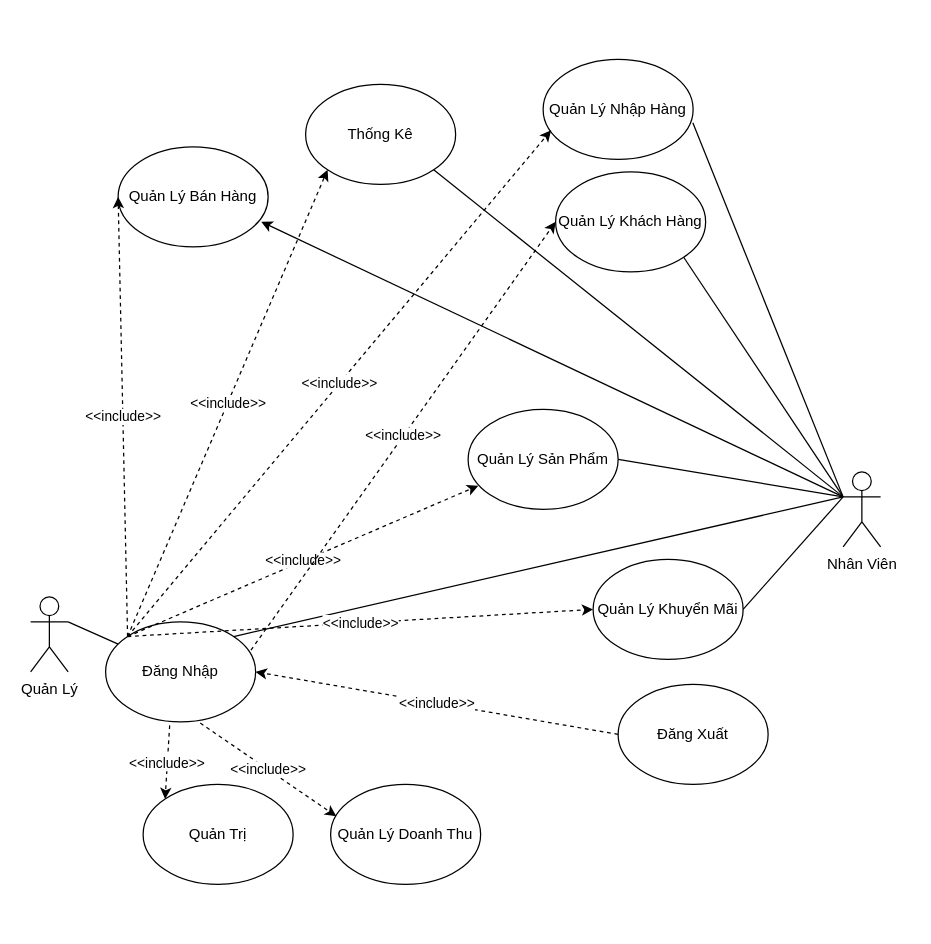
Earlier version of the draw.io diagram UseCase3.drawio (maivantai2003/Database). Source tidied: cells renumbered, new cells numbered last; positions are measured from the earlier drawing's top-left corner, leaving out a move shared by most shapes. Both pictures are drawn from the tidied source at 125%, with x=0, y=0 at pixel (30, 59).
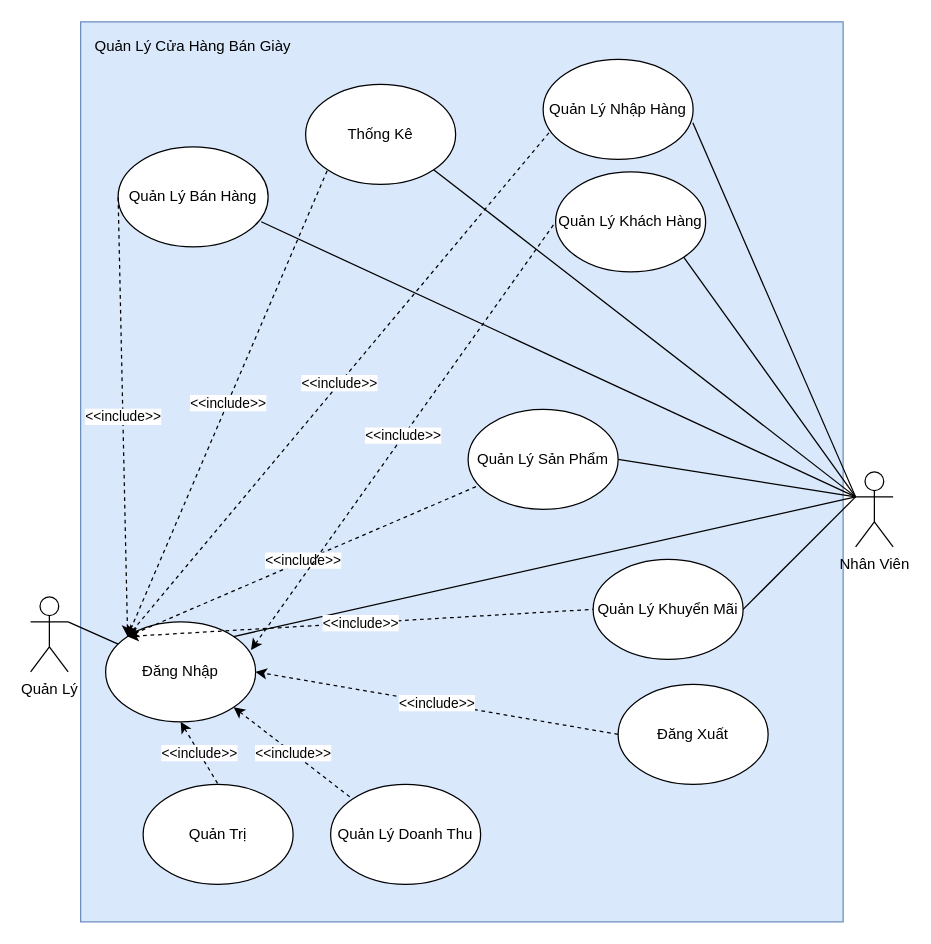
Above is the later version.

Commit message:
Cập nhật UseCase3.drawio

Unchanged cells that the change refers to:
```xml
<mxCell id="3" value="Đăng Nhập" style="ellipse;whiteSpace=wrap;html=1;" parent="1" vertex="1">
  <mxGeometry x="60" y="450" width="120" height="80" as="geometry" />
</mxCell>
<mxCell id="6" value="Quản Lý Khách Hàng" style="ellipse;whiteSpace=wrap;html=1;" parent="1" vertex="1">
  <mxGeometry x="420" y="90" width="120" height="80" as="geometry" />
</mxCell>
<mxCell id="7" value="Quản Lý Nhập Hàng" style="ellipse;whiteSpace=wrap;html=1;" parent="1" vertex="1">
  <mxGeometry x="410" width="120" height="80" as="geometry" />
</mxCell>
<mxCell id="10" value="Quản Lý Doanh Thu" style="ellipse;whiteSpace=wrap;html=1;" parent="1" vertex="1">
  <mxGeometry x="240" y="580" width="120" height="80" as="geometry" />
</mxCell>
<mxCell id="12" value="Quản Trị" style="ellipse;whiteSpace=wrap;html=1;" parent="1" vertex="1">
  <mxGeometry x="90" y="580" width="120" height="80" as="geometry" />
</mxCell>
<mxCell id="17" value="Thống Kê" style="ellipse;whiteSpace=wrap;html=1;" parent="1" vertex="1">
  <mxGeometry x="220" y="20" width="120" height="80" as="geometry" />
</mxCell>
<mxCell id="19" value="Quản Lý Khuyển Mãi" style="ellipse;whiteSpace=wrap;html=1;" parent="1" vertex="1">
  <mxGeometry x="450" y="400" width="120" height="80" as="geometry" />
</mxCell>
<mxCell id="21" value="Quản Lý Bán Hàng" style="ellipse;whiteSpace=wrap;html=1;" parent="1" vertex="1">
  <mxGeometry x="70" y="70" width="120" height="80" as="geometry" />
</mxCell>
<mxCell id="22" value="Quản Lý Sản Phẩm" style="ellipse;whiteSpace=wrap;html=1;" parent="1" vertex="1">
  <mxGeometry x="350" y="280" width="120" height="80" as="geometry" />
</mxCell>
```

Diff of the diagram source:
```diff
@@
+    <mxCell id="31" style="rounded=0;whiteSpace=wrap;html=1;fillColor=#dae8fc;strokeColor=#6c8ebf;" parent="1" vertex="1">
+      <mxGeometry x="40" y="-30" width="610" height="720" as="geometry" />
+    </mxCell>
     <mxCell id="2" value="Nhân Viên" style="shape=umlActor;verticalLabelPosition=bottom;verticalAlign=top;html=1;outlineConnect=0;" parent="1" vertex="1">
-      <mxGeometry x="650" y="330" width="30" height="60" as="geometry" />
+      <mxGeometry x="660" y="330" width="30" height="60" as="geometry" />
     </mxCell>
@@
-    <mxCell id="11" value="&amp;lt;&amp;lt;include&amp;gt;&amp;gt;" style="endArrow=classic;html=1;rounded=0;exitX=0.631;exitY=1.012;exitDx=0;exitDy=0;entryX=0.038;entryY=0.319;entryDx=0;entryDy=0;dashed=1;exitPerimeter=0;entryPerimeter=0;" parent="1" edge="1" source="3" target="10">
-      <mxGeometry relative="1" as="geometry" />
-    </mxCell>
@@
-    <mxCell id="13" value="&amp;lt;&amp;lt;include&amp;gt;&amp;gt;" style="endArrow=classic;html=1;rounded=0;exitX=0.427;exitY=1.035;exitDx=0;exitDy=0;entryX=0;entryY=0;entryDx=0;entryDy=0;dashed=1;exitPerimeter=0;" parent="1" edge="1" source="3" target="12">
-      <mxGeometry relative="1" as="geometry" />
-    </mxCell>
@@
-    <mxCell id="24" style="endArrow=classic;html=1;rounded=0;exitX=0;exitY=0.3333333333333333;exitDx=0;exitDy=0;exitPerimeter=0;entryX=0.954;entryY=0.749;entryDx=0;entryDy=0;entryPerimeter=0;" parent="1" edge="1" source="2" target="21">
+    <mxCell id="24" style="endArrow=none;html=1;rounded=0;exitX=0;exitY=0.3333333333333333;exitDx=0;exitDy=0;exitPerimeter=0;entryX=0.954;entryY=0.749;entryDx=0;entryDy=0;entryPerimeter=0;endFill=0;" parent="1" edge="1" source="2" target="21">
       <mxGeometry relative="1" as="geometry" />
     </mxCell>
-    <mxCell id="25" value="&amp;lt;&amp;lt;include&amp;gt;&amp;gt;" style="endArrow=classic;html=1;rounded=0;exitX=0;exitY=0;exitDx=0;exitDy=0;entryX=0;entryY=0.5;entryDx=0;entryDy=0;dashed=1;" parent="1" edge="1" source="3" target="21">
+    <mxCell id="25" value="&amp;lt;&amp;lt;include&amp;gt;&amp;gt;" style="endArrow=none;html=1;rounded=0;exitX=0;exitY=0;exitDx=0;exitDy=0;entryX=0;entryY=0.5;entryDx=0;entryDy=0;dashed=1;startArrow=classic;startFill=1;endFill=0;" parent="1" edge="1" source="3" target="21">
       <mxGeometry relative="1" as="geometry" />
     </mxCell>
-    <mxCell id="26" value="&amp;lt;&amp;lt;include&amp;gt;&amp;gt;" style="endArrow=classic;html=1;rounded=0;entryX=0.068;entryY=0.763;entryDx=0;entryDy=0;entryPerimeter=0;dashed=1;exitX=0;exitY=0;exitDx=0;exitDy=0;" parent="1" edge="1" source="3" target="22">
+    <mxCell id="26" value="&amp;lt;&amp;lt;include&amp;gt;&amp;gt;" style="endArrow=none;html=1;rounded=0;entryX=0.068;entryY=0.763;entryDx=0;entryDy=0;entryPerimeter=0;dashed=1;exitX=0;exitY=0;exitDx=0;exitDy=0;startArrow=classic;startFill=1;endFill=0;" parent="1" edge="1" source="3" target="22">
       <mxGeometry relative="1" as="geometry" />
     </mxCell>
-    <mxCell id="27" value="&amp;lt;&amp;lt;include&amp;gt;&amp;gt;" style="endArrow=classic;html=1;rounded=0;exitX=0;exitY=0;exitDx=0;exitDy=0;entryX=0;entryY=1;entryDx=0;entryDy=0;dashed=1;" parent="1" edge="1" source="3" target="17">
+    <mxCell id="27" value="&amp;lt;&amp;lt;include&amp;gt;&amp;gt;" style="endArrow=none;html=1;rounded=0;exitX=0;exitY=0;exitDx=0;exitDy=0;entryX=0;entryY=1;entryDx=0;entryDy=0;dashed=1;startArrow=classic;startFill=1;endFill=0;" parent="1" edge="1" source="3" target="17">
       <mxGeometry relative="1" as="geometry" />
     </mxCell>
-    <mxCell id="28" value="&amp;lt;&amp;lt;include&amp;gt;&amp;gt;" style="endArrow=classic;html=1;rounded=0;exitX=0;exitY=0;exitDx=0;exitDy=0;entryX=0;entryY=0.5;entryDx=0;entryDy=0;dashed=1;" parent="1" edge="1" source="3" target="19">
+    <mxCell id="28" value="&amp;lt;&amp;lt;include&amp;gt;&amp;gt;" style="endArrow=none;html=1;rounded=0;exitX=0;exitY=0;exitDx=0;exitDy=0;entryX=0;entryY=0.5;entryDx=0;entryDy=0;dashed=1;startArrow=classic;startFill=1;endFill=0;" parent="1" edge="1" source="3" target="19">
       <mxGeometry relative="1" as="geometry" />
     </mxCell>
-    <mxCell id="29" value="&amp;lt;&amp;lt;include&amp;gt;&amp;gt;" style="endArrow=classic;html=1;rounded=0;entryX=0;entryY=0.5;entryDx=0;entryDy=0;dashed=1;exitX=0.969;exitY=0.282;exitDx=0;exitDy=0;exitPerimeter=0;" parent="1" edge="1" source="3" target="6">
+    <mxCell id="29" value="&amp;lt;&amp;lt;include&amp;gt;&amp;gt;" style="endArrow=none;html=1;rounded=0;entryX=0;entryY=0.5;entryDx=0;entryDy=0;dashed=1;exitX=0.969;exitY=0.282;exitDx=0;exitDy=0;exitPerimeter=0;startArrow=classic;startFill=1;endFill=0;" parent="1" edge="1" source="3" target="6">
       <mxGeometry relative="1" as="geometry" />
     </mxCell>
-    <mxCell id="30" value="&amp;lt;&amp;lt;include&amp;gt;&amp;gt;" style="endArrow=classic;html=1;rounded=0;entryX=0.053;entryY=0.709;entryDx=0;entryDy=0;entryPerimeter=0;dashed=1;exitX=0;exitY=0;exitDx=0;exitDy=0;" parent="1" edge="1" source="3" target="7">
+    <mxCell id="30" value="&amp;lt;&amp;lt;include&amp;gt;&amp;gt;" style="endArrow=none;html=1;rounded=0;entryX=0.053;entryY=0.709;entryDx=0;entryDy=0;entryPerimeter=0;dashed=1;exitX=0;exitY=0;exitDx=0;exitDy=0;startArrow=classic;startFill=1;endFill=0;" parent="1" edge="1" source="3" target="7">
       <mxGeometry relative="1" as="geometry" />
     </mxCell>
+    <mxCell id="11" value="&amp;lt;&amp;lt;include&amp;gt;&amp;gt;" style="endArrow=none;html=1;rounded=0;exitX=1;exitY=1;exitDx=0;exitDy=0;entryX=0;entryY=0;entryDx=0;entryDy=0;endFill=0;dashed=1;startArrow=classic;startFill=1;" parent="1" edge="1" source="3" target="10">
+      <mxGeometry relative="1" as="geometry" />
+    </mxCell>
+    <mxCell id="13" value="&amp;lt;&amp;lt;include&amp;gt;&amp;gt;" style="endArrow=none;html=1;rounded=0;exitX=0.5;exitY=1;exitDx=0;exitDy=0;entryX=0.5;entryY=0;entryDx=0;entryDy=0;endFill=0;dashed=1;startArrow=classic;startFill=1;" parent="1" edge="1" source="3" target="12">
+      <mxGeometry relative="1" as="geometry" />
+    </mxCell>
+    <mxCell id="32" value="Quản Lý Cửa Hàng Bán Giày" style="text;html=1;strokeColor=none;fillColor=none;align=center;verticalAlign=middle;whiteSpace=wrap;rounded=0;" parent="1" vertex="1">
+      <mxGeometry x="10" y="-20" width="240" height="20" as="geometry" />
+    </mxCell>
```
